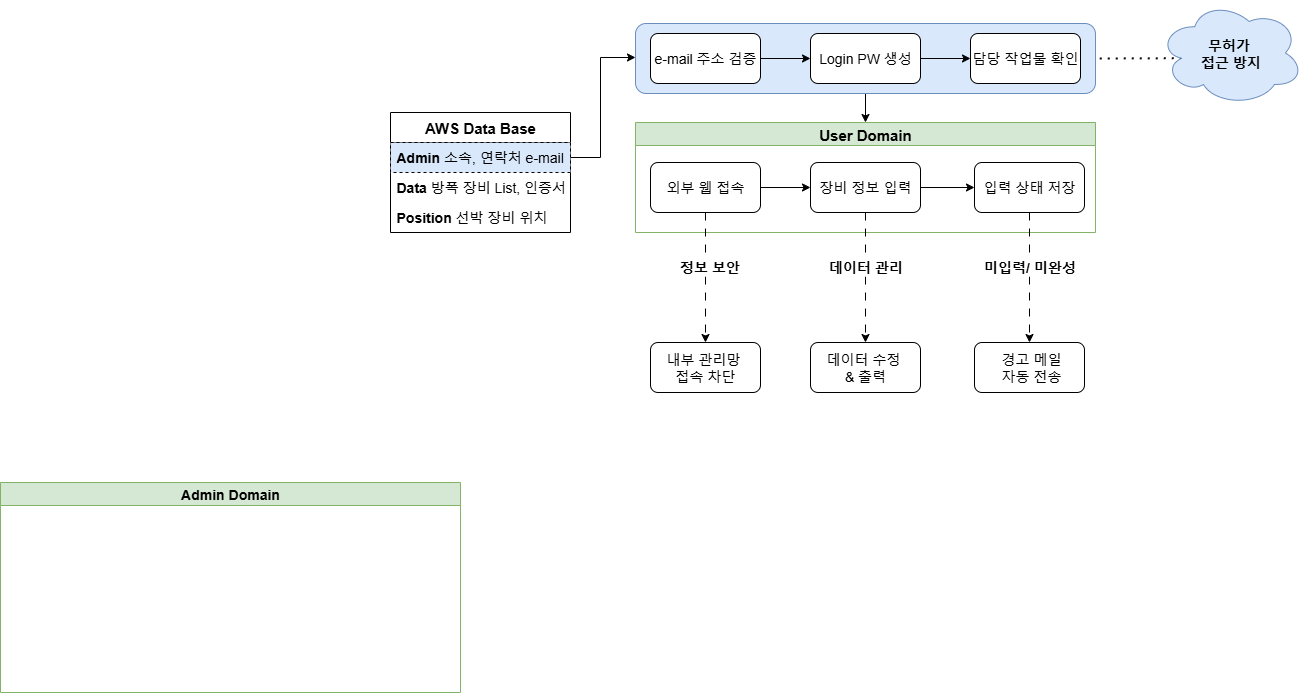
Before: workflow/1013.drawio.png, a diagram exported from draw.io (HD-Jinyeong/my_flask_app). Source tidied: cells renumbered, new cells last; positions are measured from the earlier drawing's top-left corner, leaving out a move shared by most shapes.
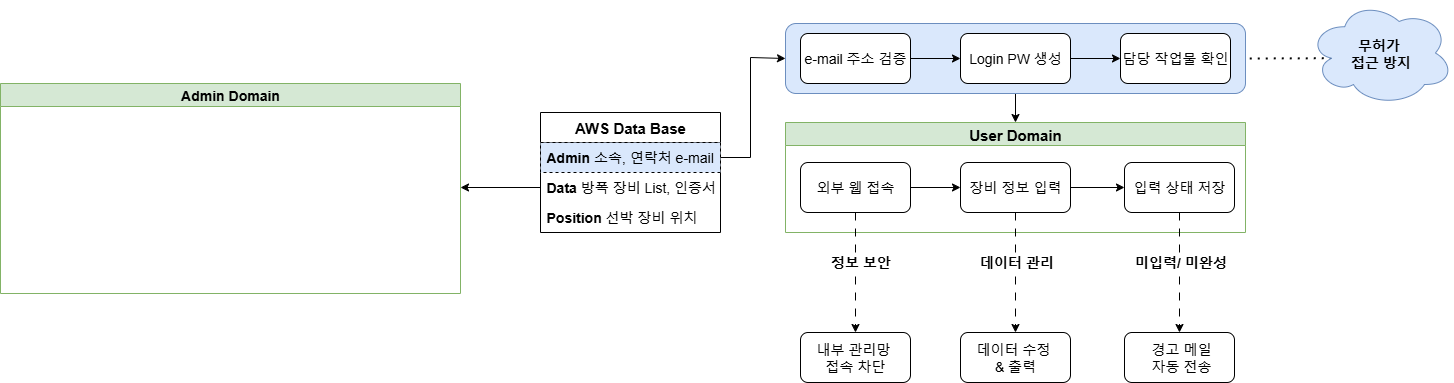
The same diagram one commit later.

What changed in the source:
```diff
@@ -16,6 +16,11 @@
     <mxCell id="4" value="&lt;font style=&quot;font-size: 14px;&quot;&gt;&lt;b style=&quot;&quot;&gt;Admin&lt;/b&gt; 소속, 연락처 e-mail&lt;/font&gt;" style="text;strokeColor=default;fillColor=#dae8fc;align=left;verticalAlign=middle;spacingLeft=4;spacingRight=4;overflow=hidden;points=[[0,0.5],[1,0.5]];portConstraint=eastwest;whiteSpace=wrap;html=1;perimeterSpacing=0;dashed=1;" parent="3" vertex="1">
       <mxGeometry y="30" width="180" height="30" as="geometry" />
     </mxCell>
+    <mxCell id="33" style="edgeStyle=orthogonalEdgeStyle;rounded=0;jettySize=auto;html=1;" parent="3" edge="1" source="5">
+      <mxGeometry relative="1" as="geometry">
+        <mxPoint x="-80" y="75" as="targetPoint" />
+      </mxGeometry>
+    </mxCell>
     <mxCell id="5" value="&lt;font style=&quot;font-size: 14px;&quot;&gt;&lt;b style=&quot;&quot;&gt;Data&lt;/b&gt; 방폭 장비 List, 인증서&lt;/font&gt;" style="text;align=left;verticalAlign=middle;spacingLeft=4;spacingRight=4;overflow=hidden;points=[[0,0.5],[1,0.5]];portConstraint=eastwest;whiteSpace=wrap;html=1;" parent="3" vertex="1">
       <mxGeometry y="60" width="180" height="30" as="geometry" />
     </mxCell>
@@ -76,7 +81,7 @@
       <mxGeometry relative="1" as="geometry" />
     </mxCell>
     <mxCell id="24" value="&lt;font style=&quot;font-size: 14px;&quot;&gt;Admin Domain&lt;/font&gt;" style="swimlane;whiteSpace=wrap;html=1;fillColor=#d5e8d4;strokeColor=#82b366;" parent="1" vertex="1">
-      <mxGeometry y="482" width="460" height="210" as="geometry" />
+      <mxGeometry x="-150" y="83" width="460" height="210" as="geometry" />
     </mxCell>
     <mxCell id="25" style="rounded=0;jettySize=auto;html=1;entryX=0.5;entryY=0;entryDx=0;entryDy=0;exitX=0.5;exitY=1;exitDx=0;exitDy=0;dashed=1;dashPattern=8 8;" parent="1" edge="1" source="14" target="30">
       <mxGeometry relative="1" as="geometry" />
@@ -95,7 +100,7 @@
       </mxGeometry>
     </mxCell>
     <mxCell id="29" style="group;" parent="1" vertex="1">
-      <mxGeometry x="650" y="342" width="434" height="50" as="geometry" />
+      <mxGeometry x="650" y="332" width="434" height="50" as="geometry" />
     </mxCell>
     <mxCell id="30" value="&lt;span style=&quot;font-size: 14px;&quot;&gt;내부 관리망&amp;nbsp;&lt;/span&gt;&lt;div&gt;&lt;span style=&quot;font-size: 14px;&quot;&gt;접속 차단&lt;/span&gt;&lt;/div&gt;" style="whiteSpace=wrap;html=1;rounded=1;" parent="29" vertex="1">
       <mxGeometry width="110" height="50" as="geometry" />
```
